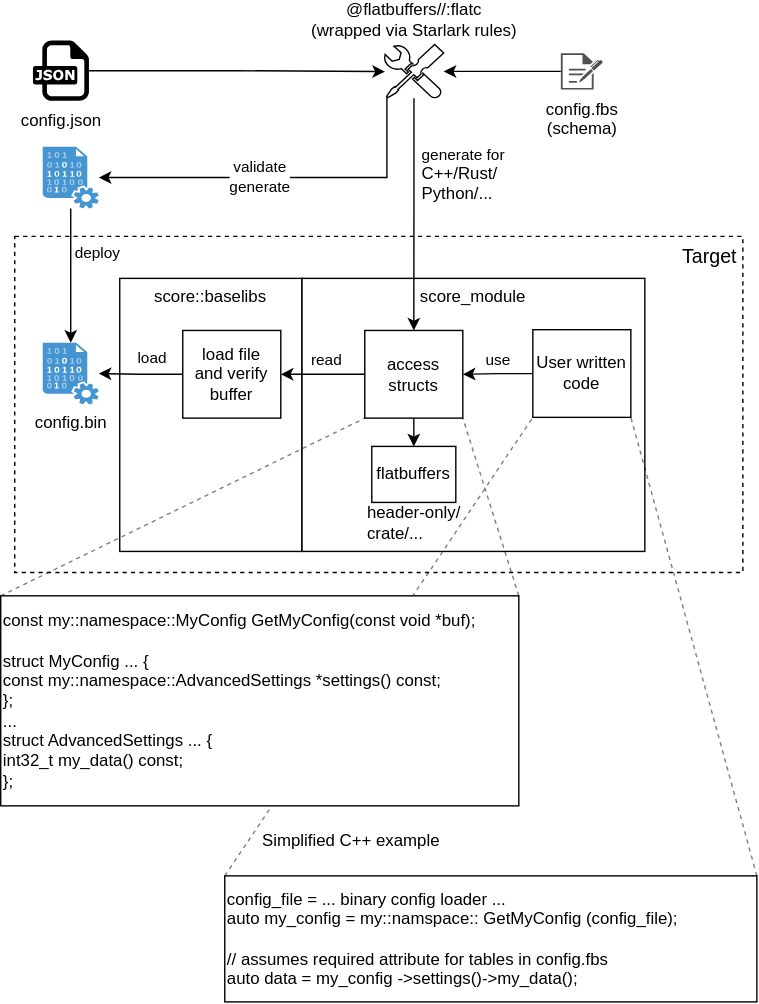
Earlier version of the draw.io export docs/modules/baselibs/flatbuffers/docs/_assets/flatbuffers_overview.drawio.svg (eclipse-score/score). Source tidied: cells renumbered, new cells last; positions are measured from the earlier drawing's top-left corner, leaving out a move shared by most shapes.
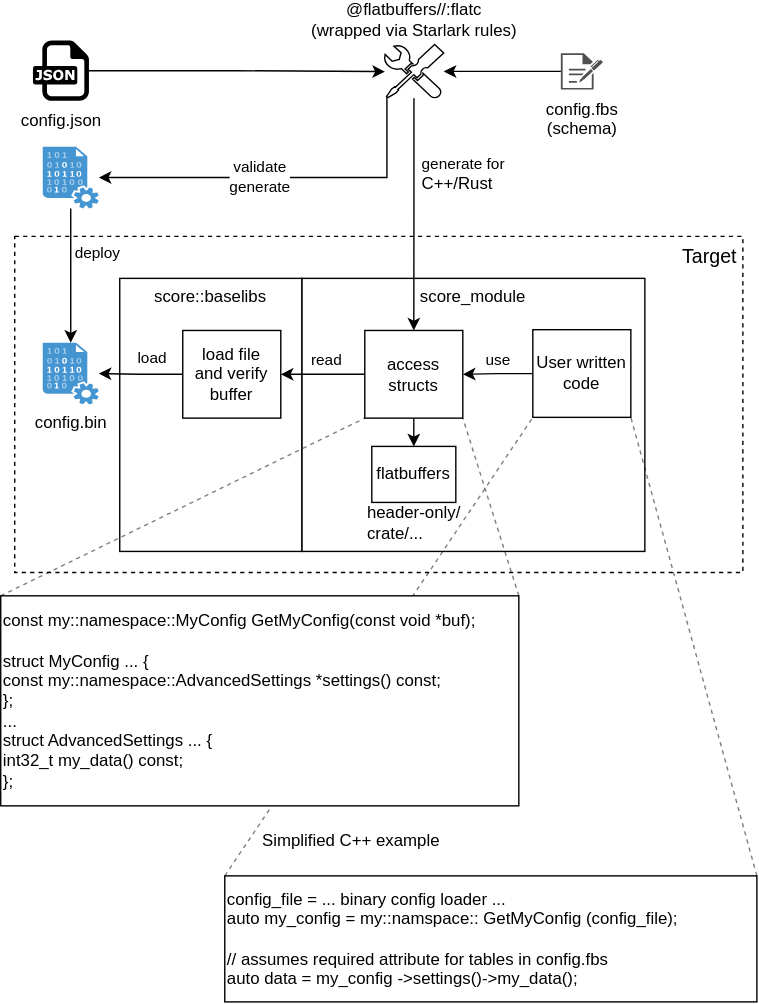
After the commit.

Commit message:
Update overview. Fix incorrect comp name.

Diff of the diagram source:
```diff
@@ -71,7 +71,7 @@
     <mxCell id="22" style="edgeStyle=orthogonalEdgeStyle;rounded=0;jettySize=auto;html=1;" parent="1" edge="1" source="26" target="14">
       <mxGeometry relative="1" as="geometry" />
     </mxCell>
-    <mxCell id="23" value="generate for&lt;div&gt;&lt;span style=&quot;font-size: 12px;&quot;&gt;C++/Rust/&lt;/span&gt;&lt;div style=&quot;font-size: 12px;&quot;&gt;Python/...&lt;/div&gt;&lt;/div&gt;" style="edgeLabel;html=1;align=left;verticalAlign=middle;" parent="22" vertex="1">
+    <mxCell id="23" value="generate for&lt;div&gt;&lt;span style=&quot;font-size: 12px;&quot;&gt;C++/Rust&lt;/span&gt;&lt;/div&gt;" style="edgeLabel;html=1;align=left;verticalAlign=middle;" parent="22" vertex="1">
       <mxGeometry x="-0.46" relative="1" as="geometry">
         <mxPoint x="4" y="9" as="offset" />
       </mxGeometry>
```
